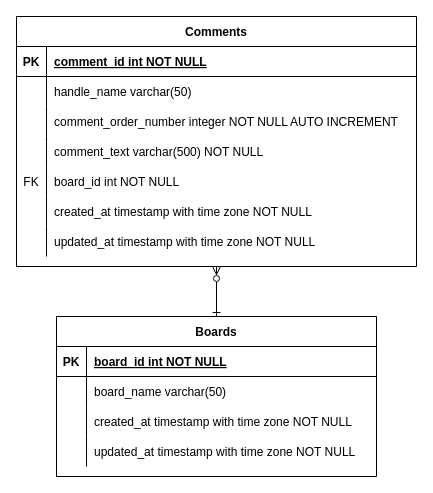
Before: JTBBS.drawio in Milix-M/JTBBS, a draw.io diagram. Source tidied: cells renumbered, new cells numbered last; positions are measured from the earlier drawing's top-left corner, leaving out a move shared by most shapes. Both pictures are drawn from the tidied source at 100%, with x=0, y=0 at pixel (16, 16).
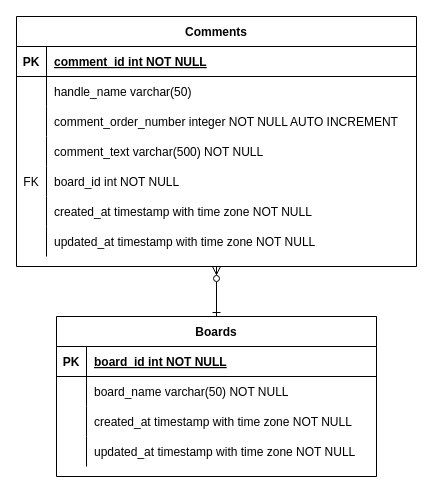
The same page after the edit.

Unchanged cells that the change refers to:
```xml
<mxCell id="29" style="shape=partialRectangle;fillColor=none;top=0;left=0;right=0;bottom=0;" parent="25" vertex="1">
  <mxGeometry y="60" width="320" height="30" as="geometry" />
</mxCell>
```

Diff of the diagram source:
```diff
@@
-    <mxCell id="31" value="board_name varchar(50)" style="shape=partialRectangle;overflow=hidden;fillColor=none;top=0;left=0;bottom=0;right=0;align=left;spacingLeft=6;" parent="29" vertex="1">
+    <mxCell id="31" value="board_name varchar(50) NOT NULL" style="shape=partialRectangle;overflow=hidden;fillColor=none;top=0;left=0;bottom=0;right=0;align=left;spacingLeft=6;" parent="29" vertex="1">
       <mxGeometry x="30" width="290" height="30" as="geometry" />
     </mxCell>
```
